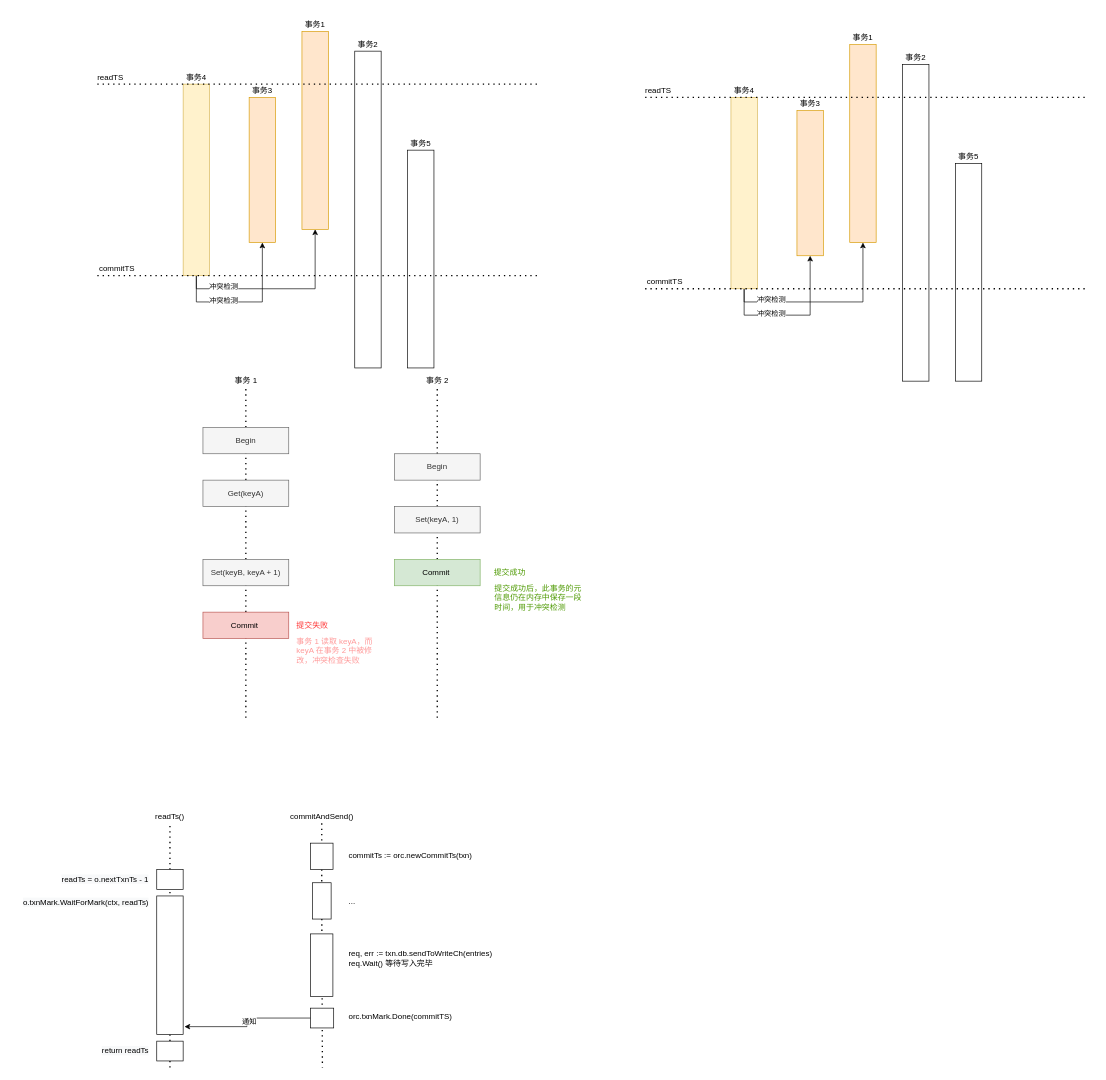
Earlier version of the draw.io diagram images/badger.drawio (flaneur2020/flaneur2020.github.io). Source tidied: cells renumbered, new cells numbered last; positions are measured from the earlier drawing's top-left corner, leaving out a move shared by most shapes. Both pictures are drawn from the tidied source at 66%, with x=0, y=0 at pixel (11, 18).
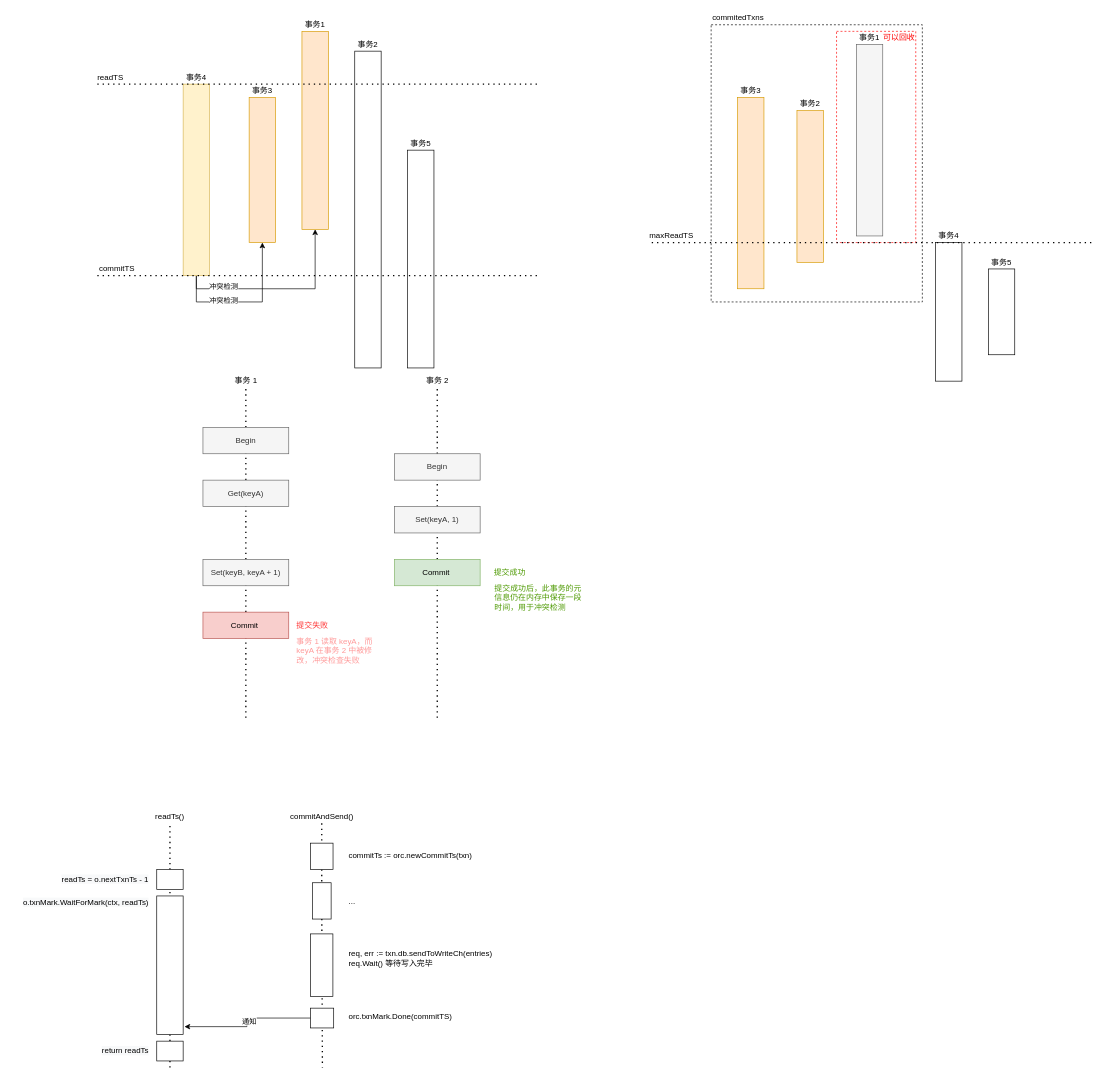
The same page after the edit.

Change to the diagram source:
```diff
@@
+    <mxCell id="77" style="rounded=0;whiteSpace=wrap;html=1;fontColor=#000000;align=left;dashed=1;" parent="1" vertex="1">
+      <mxGeometry x="1060" y="10" width="320" height="420" as="geometry" />
+    </mxCell>
+    <mxCell id="78" style="rounded=0;whiteSpace=wrap;html=1;dashed=1;fontColor=#FF0000;align=left;strokeColor=#FF0000;" parent="1" vertex="1">
+      <mxGeometry x="1250" y="20" width="120" height="320" as="geometry" />
+    </mxCell>
@@
-    <mxCell id="59" style="edgeStyle=orthogonalEdgeStyle;rounded=0;jettySize=auto;html=1;fontColor=#000000;" parent="1" edge="1" target="64">
-      <mxGeometry relative="1" as="geometry">
-        <mxPoint x="1110" y="410" as="sourcePoint" />
-        <Array as="points">
-          <mxPoint x="1110" y="450" />
-          <mxPoint x="1210" y="450" />
-        </Array>
-      </mxGeometry>
-    </mxCell>
-    <mxCell id="60" value="冲突检测" style="edgeLabel;html=1;align=center;verticalAlign=middle;fontColor=#000000;" parent="59" vertex="1">
-      <mxGeometry x="-0.28" y="3" relative="1" as="geometry">
-        <mxPoint x="-3" as="offset" />
-      </mxGeometry>
-    </mxCell>
-    <mxCell id="61" style="edgeStyle=orthogonalEdgeStyle;rounded=0;jettySize=auto;html=1;fontColor=#000000;" parent="1" edge="1" target="67">
-      <mxGeometry relative="1" as="geometry">
-        <mxPoint x="1110" y="410" as="sourcePoint" />
-        <Array as="points">
-          <mxPoint x="1110" y="430" />
-          <mxPoint x="1290" y="430" />
-        </Array>
-      </mxGeometry>
-    </mxCell>
-    <mxCell id="62" value="冲突检测" style="edgeLabel;html=1;align=center;verticalAlign=middle;fontColor=#000000;" parent="61" vertex="1">
-      <mxGeometry x="-0.64" y="4" relative="1" as="geometry">
-        <mxPoint x="8" as="offset" />
-      </mxGeometry>
-    </mxCell>
-    <mxCell id="63" style="rounded=0;whiteSpace=wrap;html=1;align=left;fillColor=#fff2cc;strokeColor=#d6b656;" parent="1" vertex="1">
-      <mxGeometry x="1090" y="120" width="40" height="290" as="geometry" />
+    <mxCell id="63" style="rounded=0;whiteSpace=wrap;html=1;align=left;fillColor=#ffe6cc;strokeColor=#d79b00;" parent="1" vertex="1">
+      <mxGeometry x="1100" y="120" width="40" height="290" as="geometry" />
     </mxCell>
     <mxCell id="64" style="rounded=0;whiteSpace=wrap;html=1;align=left;fillColor=#ffe6cc;strokeColor=#d79b00;" parent="1" vertex="1">
-      <mxGeometry x="1190" y="140" width="40" height="220" as="geometry" />
+      <mxGeometry x="1190" y="140" width="40" height="230" as="geometry" />
     </mxCell>
-    <mxCell id="65" style="rounded=0;whiteSpace=wrap;html=1;align=left;" parent="1" vertex="1">
-      <mxGeometry x="1430" y="220" width="40" height="330" as="geometry" />
-    </mxCell>
-    <mxCell id="66" style="rounded=0;whiteSpace=wrap;html=1;align=left;" parent="1" vertex="1">
-      <mxGeometry x="1350" y="70" width="40" height="480" as="geometry" />
-    </mxCell>
-    <mxCell id="67" style="rounded=0;whiteSpace=wrap;html=1;align=left;fillColor=#ffe6cc;strokeColor=#d79b00;" parent="1" vertex="1">
-      <mxGeometry x="1270" y="40" width="40" height="300" as="geometry" />
+    <mxCell id="67" style="rounded=0;whiteSpace=wrap;html=1;align=left;fillColor=#f5f5f5;strokeColor=#666666;fontColor=#333333;" parent="1" vertex="1">
+      <mxGeometry x="1280" y="40" width="40" height="290" as="geometry" />
     </mxCell>
-    <mxCell id="68" style="endArrow=none;dashed=1;html=1;dashPattern=1 3;strokeWidth=2;fontColor=#4D9900;" parent="1" edge="1">
-      <mxGeometry relative="1" as="geometry">
-        <mxPoint x="960" y="120" as="sourcePoint" />
-        <mxPoint x="1630" y="120" as="targetPoint" />
-      </mxGeometry>
-    </mxCell>
-    <mxCell id="69" value="readTS" style="text;html=1;strokeColor=none;fillColor=none;align=center;verticalAlign=middle;whiteSpace=wrap;rounded=0;" parent="1" vertex="1">
-      <mxGeometry x="960" y="100" width="40" height="20" as="geometry" />
-    </mxCell>
-    <mxCell id="70" style="endArrow=none;dashed=1;html=1;dashPattern=1 3;strokeWidth=2;fontColor=#4D9900;" parent="1" edge="1">
-      <mxGeometry relative="1" as="geometry">
-        <mxPoint x="960" y="410" as="sourcePoint" />
-        <mxPoint x="1630" y="410" as="targetPoint" />
-      </mxGeometry>
-    </mxCell>
-    <mxCell id="71" value="commitTS" style="text;html=1;strokeColor=none;fillColor=none;align=center;verticalAlign=middle;whiteSpace=wrap;rounded=0;" parent="1" vertex="1">
-      <mxGeometry x="960" y="390" width="60" height="20" as="geometry" />
+    <mxCell id="71" value="maxReadTS" style="text;html=1;strokeColor=none;fillColor=none;align=center;verticalAlign=middle;whiteSpace=wrap;rounded=0;" parent="1" vertex="1">
+      <mxGeometry x="970" y="320" width="60" height="20" as="geometry" />
     </mxCell>
-    <mxCell id="72" value="事务4" style="text;html=1;strokeColor=none;fillColor=none;align=center;verticalAlign=middle;whiteSpace=wrap;rounded=0;fontColor=#000000;" parent="1" vertex="1">
-      <mxGeometry x="1090" y="100" width="40" height="20" as="geometry" />
+    <mxCell id="72" value="事务3" style="text;html=1;strokeColor=none;fillColor=none;align=center;verticalAlign=middle;whiteSpace=wrap;rounded=0;fontColor=#000000;" parent="1" vertex="1">
+      <mxGeometry x="1100" y="100" width="40" height="20" as="geometry" />
     </mxCell>
     <mxCell id="73" value="事务1" style="text;html=1;strokeColor=none;fillColor=none;align=center;verticalAlign=middle;whiteSpace=wrap;rounded=0;fontColor=#000000;" parent="1" vertex="1">
-      <mxGeometry x="1270" y="20" width="40" height="20" as="geometry" />
+      <mxGeometry x="1280" y="20" width="40" height="20" as="geometry" />
     </mxCell>
-    <mxCell id="74" value="事务2" style="text;html=1;strokeColor=none;fillColor=none;align=center;verticalAlign=middle;whiteSpace=wrap;rounded=0;fontColor=#000000;" parent="1" vertex="1">
-      <mxGeometry x="1350" y="50" width="40" height="20" as="geometry" />
-    </mxCell>
-    <mxCell id="75" value="事务3" style="text;html=1;strokeColor=none;fillColor=none;align=center;verticalAlign=middle;whiteSpace=wrap;rounded=0;fontColor=#000000;" parent="1" vertex="1">
+    <mxCell id="75" value="事务2" style="text;html=1;strokeColor=none;fillColor=none;align=center;verticalAlign=middle;whiteSpace=wrap;rounded=0;fontColor=#000000;" parent="1" vertex="1">
       <mxGeometry x="1190" y="120" width="40" height="20" as="geometry" />
     </mxCell>
+    <mxCell id="79" style="rounded=0;whiteSpace=wrap;html=1;align=left;" parent="1" vertex="1">
+      <mxGeometry x="1400" y="340" width="40" height="210" as="geometry" />
+    </mxCell>
+    <mxCell id="80" value="事务4" style="text;html=1;strokeColor=none;fillColor=none;align=center;verticalAlign=middle;whiteSpace=wrap;rounded=0;fontColor=#000000;" parent="1" vertex="1">
+      <mxGeometry x="1400" y="320" width="40" height="20" as="geometry" />
+    </mxCell>
+    <mxCell id="81" value="commitedTxns" style="text;html=1;strokeColor=none;fillColor=none;align=left;verticalAlign=middle;whiteSpace=wrap;rounded=0;dashed=1;fontColor=#000000;" parent="1" vertex="1">
+      <mxGeometry x="1060" y="-10" width="100" height="20" as="geometry" />
+    </mxCell>
+    <mxCell id="82" style="endArrow=none;dashed=1;html=1;dashPattern=1 3;strokeWidth=2;fontColor=#4D9900;" parent="1" edge="1">
+      <mxGeometry relative="1" as="geometry">
+        <mxPoint x="970" y="340" as="sourcePoint" />
+        <mxPoint x="1640" y="340" as="targetPoint" />
+      </mxGeometry>
+    </mxCell>
+    <mxCell id="83" value="可以回收" style="text;html=1;strokeColor=none;fillColor=none;align=center;verticalAlign=middle;whiteSpace=wrap;rounded=0;dashed=1;fontStyle=0;fontColor=#FF0000;" parent="1" vertex="1">
+      <mxGeometry x="1310" y="20" width="70" height="20" as="geometry" />
+    </mxCell>
+    <mxCell id="84" style="rounded=0;whiteSpace=wrap;html=1;align=left;" parent="1" vertex="1">
+      <mxGeometry x="1480" y="380" width="40" height="130" as="geometry" />
+    </mxCell>
     <mxCell id="76" value="事务5" style="text;html=1;strokeColor=none;fillColor=none;align=center;verticalAlign=middle;whiteSpace=wrap;rounded=0;fontColor=#000000;" parent="1" vertex="1">
-      <mxGeometry x="1430" y="200" width="40" height="20" as="geometry" />
+      <mxGeometry x="1480" y="360" width="40" height="20" as="geometry" />
     </mxCell>
```
